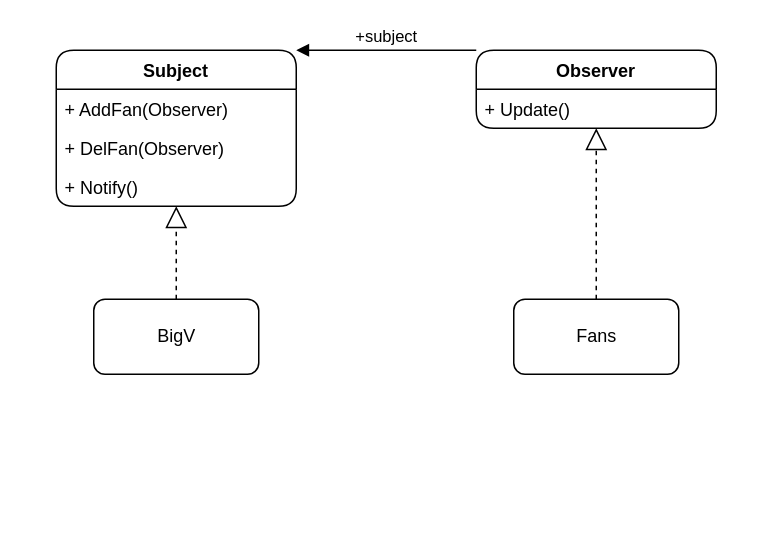
Earlier version of the draw.io diagram design-pattern/observer/media/观察者模式-类图-1.0.drawio (ttlib/golang-design-pattern). Source tidied: cells renumbered, new cells numbered last; positions are measured from the earlier drawing's top-left corner, leaving out a move shared by most shapes. Both pictures are drawn from the tidied source at 150%, with x=0, y=0 at pixel (56, 50).
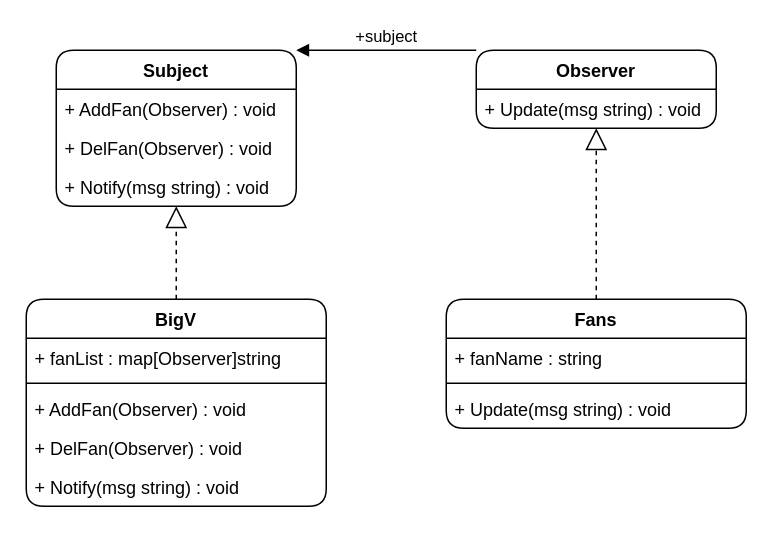
The same page after the edit.

The change refers to these unchanged cells:
```xml
<mxCell id="2" value="Subject" style="swimlane;fontStyle=1;align=center;verticalAlign=top;horizontal=1;startSize=26;rounded=1;" parent="1" vertex="1">
  <mxGeometry width="160" height="104" as="geometry" />
</mxCell>
<mxCell id="6" value="Observer" style="swimlane;fontStyle=1;align=center;verticalAlign=top;horizontal=1;startSize=26;rounded=1;" parent="1" vertex="1">
  <mxGeometry x="280" width="160" height="52" as="geometry" />
</mxCell>
```

What changed in the source:
```diff
@@
-    <mxCell id="3" value="+ AddFan(Observer)" style="text;strokeColor=none;fillColor=none;align=left;verticalAlign=top;spacingLeft=4;spacingRight=4;overflow=hidden;rounded=1;" parent="2" vertex="1">
+    <mxCell id="3" value="+ AddFan(Observer) : void" style="text;strokeColor=none;fillColor=none;align=left;verticalAlign=top;spacingLeft=4;spacingRight=4;overflow=hidden;rounded=1;" parent="2" vertex="1">
       <mxGeometry y="26" width="160" height="26" as="geometry" />
     </mxCell>
-    <mxCell id="4" value="+ DelFan(Observer)" style="text;strokeColor=none;fillColor=none;align=left;verticalAlign=top;spacingLeft=4;spacingRight=4;overflow=hidden;rounded=1;" parent="2" vertex="1">
+    <mxCell id="4" value="+ DelFan(Observer) : void" style="text;strokeColor=none;fillColor=none;align=left;verticalAlign=top;spacingLeft=4;spacingRight=4;overflow=hidden;rounded=1;" parent="2" vertex="1">
       <mxGeometry y="52" width="160" height="26" as="geometry" />
     </mxCell>
-    <mxCell id="5" value="+ Notify()" style="text;strokeColor=none;fillColor=none;align=left;verticalAlign=top;spacingLeft=4;spacingRight=4;overflow=hidden;rounded=1;" parent="2" vertex="1">
+    <mxCell id="5" value="+ Notify(msg string) : void" style="text;strokeColor=none;fillColor=none;align=left;verticalAlign=top;spacingLeft=4;spacingRight=4;overflow=hidden;rounded=1;" parent="2" vertex="1">
       <mxGeometry y="78" width="160" height="26" as="geometry" />
     </mxCell>
@@
-    <mxCell id="7" value="+ Update()" style="text;strokeColor=none;fillColor=none;align=left;verticalAlign=top;spacingLeft=4;spacingRight=4;overflow=hidden;" parent="6" vertex="1">
+    <mxCell id="7" value="+ Update(msg string) : void" style="text;strokeColor=none;fillColor=none;align=left;verticalAlign=top;spacingLeft=4;spacingRight=4;overflow=hidden;" parent="6" vertex="1">
       <mxGeometry y="26" width="160" height="26" as="geometry" />
     </mxCell>
-    <mxCell id="8" value="BigV" style="html=1;rounded=1;" parent="1" vertex="1">
-      <mxGeometry x="25" y="166" width="110" height="50" as="geometry" />
-    </mxCell>
-    <mxCell id="9" value="Fans" style="html=1;rounded=1;" parent="1" vertex="1">
-      <mxGeometry x="305" y="166" width="110" height="50" as="geometry" />
-    </mxCell>
-    <mxCell id="10" style="endArrow=block;dashed=1;endFill=0;endSize=12;html=1;exitX=0.5;exitY=0;exitDx=0;exitDy=0;entryX=0.5;entryY=1;entryDx=0;entryDy=0;" parent="1" edge="1" source="8" target="2">
-      <mxGeometry relative="1" as="geometry" />
+    <mxCell id="10" style="endArrow=block;dashed=1;endFill=0;endSize=12;html=1;exitX=0.5;exitY=0;exitDx=0;exitDy=0;entryX=0.5;entryY=1;entryDx=0;entryDy=0;" parent="1" edge="1" target="2">
+      <mxGeometry relative="1" as="geometry">
+        <mxPoint x="80" y="166" as="sourcePoint" />
+      </mxGeometry>
     </mxCell>
-    <mxCell id="11" style="endArrow=block;dashed=1;endFill=0;endSize=12;html=1;exitX=0.5;exitY=0;exitDx=0;exitDy=0;entryX=0.5;entryY=1;entryDx=0;entryDy=0;" parent="1" edge="1" source="9" target="6">
-      <mxGeometry relative="1" as="geometry" />
+    <mxCell id="11" style="endArrow=block;dashed=1;endFill=0;endSize=12;html=1;exitX=0.5;exitY=0;exitDx=0;exitDy=0;entryX=0.5;entryY=1;entryDx=0;entryDy=0;" parent="1" edge="1" target="6">
+      <mxGeometry relative="1" as="geometry">
+        <mxPoint x="360" y="166" as="sourcePoint" />
+      </mxGeometry>
     </mxCell>
@@
+    <mxCell id="9" value="Fans" style="swimlane;fontStyle=1;align=center;verticalAlign=top;horizontal=1;startSize=26;rounded=1;" parent="1" vertex="1">
+      <mxGeometry x="260" y="166" width="200" height="86" as="geometry" />
+    </mxCell>
+    <mxCell id="13" value="+ fanName : string" style="text;strokeColor=none;fillColor=none;align=left;verticalAlign=top;spacingLeft=4;spacingRight=4;overflow=hidden;" parent="9" vertex="1">
+      <mxGeometry y="26" width="200" height="26" as="geometry" />
+    </mxCell>
+    <mxCell id="14" style="line;strokeWidth=1;fillColor=none;align=left;verticalAlign=middle;spacingTop=-1;spacingLeft=3;spacingRight=3;labelPosition=right;" parent="9" vertex="1">
+      <mxGeometry y="52" width="200" height="8" as="geometry" />
+    </mxCell>
+    <mxCell id="15" value="+ Update(msg string) : void" style="text;strokeColor=none;fillColor=none;align=left;verticalAlign=top;spacingLeft=4;spacingRight=4;overflow=hidden;" parent="9" vertex="1">
+      <mxGeometry y="60" width="200" height="26" as="geometry" />
+    </mxCell>
+    <mxCell id="8" value="BigV" style="swimlane;fontStyle=1;align=center;verticalAlign=top;horizontal=1;startSize=26;rounded=1;" parent="1" vertex="1">
+      <mxGeometry x="-20" y="166" width="200" height="138" as="geometry" />
+    </mxCell>
+    <mxCell id="16" value="+ fanList : map[Observer]string" style="text;strokeColor=none;fillColor=none;align=left;verticalAlign=top;spacingLeft=4;spacingRight=4;overflow=hidden;" parent="8" vertex="1">
+      <mxGeometry y="26" width="200" height="26" as="geometry" />
+    </mxCell>
+    <mxCell id="17" style="line;strokeWidth=1;fillColor=none;align=left;verticalAlign=middle;spacingTop=-1;spacingLeft=3;spacingRight=3;labelPosition=right;" parent="8" vertex="1">
+      <mxGeometry y="52" width="200" height="8" as="geometry" />
+    </mxCell>
+    <mxCell id="18" value="+ AddFan(Observer) : void" style="text;strokeColor=none;fillColor=none;align=left;verticalAlign=top;spacingLeft=4;spacingRight=4;overflow=hidden;" parent="8" vertex="1">
+      <mxGeometry y="60" width="200" height="26" as="geometry" />
+    </mxCell>
+    <mxCell id="19" value="+ DelFan(Observer) : void" style="text;strokeColor=none;fillColor=none;align=left;verticalAlign=top;spacingLeft=4;spacingRight=4;overflow=hidden;" parent="8" vertex="1">
+      <mxGeometry y="86" width="200" height="26" as="geometry" />
+    </mxCell>
+    <mxCell id="20" value="+ Notify(msg string) : void" style="text;strokeColor=none;fillColor=none;align=left;verticalAlign=top;spacingLeft=4;spacingRight=4;overflow=hidden;" parent="8" vertex="1">
+      <mxGeometry y="112" width="200" height="26" as="geometry" />
+    </mxCell>
```
